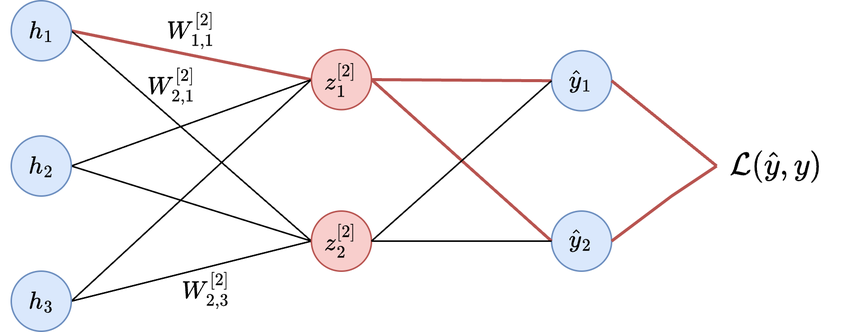
Before: docs/posts/mnist_nn/images/output_layer_highlighted.png, a diagram exported from draw.io (jordancoblin/jordancoblin.github.io). Source tidied: cells renumbered, new cells last; positions are measured from the earlier drawing's top-left corner, leaving out a move shared by most shapes. Source of this version:
```xml
<mxGraphModel math="1">
  <root>
    <mxCell id="0" />
    <mxCell id="1" parent="0" />
    <mxCell id="2" style="endArrow=none;html=1;rounded=0;exitX=1;exitY=0.5;exitDx=0;exitDy=0;entryX=0;entryY=0.5;entryDx=0;entryDy=0;startArrow=none;startFill=0;endFill=0;strokeWidth=2;fillColor=#f8cecc;strokeColor=#b85450;" parent="1" edge="1" source="8" target="10">
      <mxGeometry relative="1" as="geometry" />
    </mxCell>
    <mxCell id="3" style="endArrow=none;html=1;rounded=0;exitX=1;exitY=0.5;exitDx=0;exitDy=0;entryX=0;entryY=0.5;entryDx=0;entryDy=0;endFill=0;" parent="1" edge="1" source="8" target="14">
      <mxGeometry relative="1" as="geometry" />
    </mxCell>
    <mxCell id="4" style="endArrow=none;html=1;rounded=0;entryX=0;entryY=0.5;entryDx=0;entryDy=0;exitX=1;exitY=0.5;exitDx=0;exitDy=0;endFill=0;" parent="1" edge="1" source="12" target="14">
      <mxGeometry relative="1" as="geometry" />
    </mxCell>
    <mxCell id="5" style="endArrow=none;html=1;rounded=0;exitX=1;exitY=0.5;exitDx=0;exitDy=0;entryX=0;entryY=0.5;entryDx=0;entryDy=0;endFill=0;" parent="1" edge="1" source="12" target="10">
      <mxGeometry relative="1" as="geometry" />
    </mxCell>
    <mxCell id="6" style="endArrow=none;html=1;rounded=0;exitX=1;exitY=0.5;exitDx=0;exitDy=0;entryX=0;entryY=0.5;entryDx=0;entryDy=0;endFill=0;" parent="1" edge="1" source="16" target="10">
      <mxGeometry relative="1" as="geometry" />
    </mxCell>
    <mxCell id="7" style="endArrow=none;html=1;rounded=0;exitX=1;exitY=0.5;exitDx=0;exitDy=0;entryX=0;entryY=0.5;entryDx=0;entryDy=0;endFill=0;" parent="1" edge="1" source="16" target="14">
      <mxGeometry relative="1" as="geometry" />
    </mxCell>
    <mxCell id="8" style="ellipse;whiteSpace=wrap;html=1;fillColor=#dae8fc;strokeColor=#6c8ebf;" parent="1" vertex="1">
      <mxGeometry width="40" height="40" as="geometry" />
    </mxCell>
    <mxCell id="9" value="$$h_1$$" style="text;html=1;align=center;verticalAlign=middle;whiteSpace=wrap;rounded=0;fontStyle=0;fontSize=14;" parent="1" vertex="1">
      <mxGeometry x="5" y="8.8" width="30" height="22.5" as="geometry" />
    </mxCell>
    <mxCell id="10" style="ellipse;whiteSpace=wrap;html=1;fillColor=#f8cecc;strokeColor=#b85450;" parent="1" vertex="1">
      <mxGeometry x="200" y="32.5" width="40" height="40" as="geometry" />
    </mxCell>
    <mxCell id="11" value="$$z^{[2]}_1$$" style="text;html=1;align=center;verticalAlign=middle;whiteSpace=wrap;rounded=0;fontStyle=0;fontSize=14;" parent="1" vertex="1">
      <mxGeometry x="205" y="42.5" width="30" height="20" as="geometry" />
    </mxCell>
    <mxCell id="12" style="ellipse;whiteSpace=wrap;html=1;fillColor=#dae8fc;strokeColor=#6c8ebf;" parent="1" vertex="1">
      <mxGeometry y="90" width="40" height="40" as="geometry" />
    </mxCell>
    <mxCell id="13" value="$$h_2$$" style="text;html=1;align=center;verticalAlign=middle;whiteSpace=wrap;rounded=0;fontStyle=0;fontSize=14;" parent="1" vertex="1">
      <mxGeometry x="5" y="100" width="30" height="20" as="geometry" />
    </mxCell>
    <mxCell id="14" style="ellipse;whiteSpace=wrap;html=1;fillColor=#f8cecc;strokeColor=#b85450;" parent="1" vertex="1">
      <mxGeometry x="200" y="140" width="40" height="40" as="geometry" />
    </mxCell>
    <mxCell id="15" value="$$z^{[2]}_2$$" style="text;html=1;align=center;verticalAlign=middle;whiteSpace=wrap;rounded=0;fontStyle=0;fontSize=14;" parent="1" vertex="1">
      <mxGeometry x="205" y="147.5" width="30" height="25" as="geometry" />
    </mxCell>
    <mxCell id="16" style="ellipse;whiteSpace=wrap;html=1;fillColor=#dae8fc;strokeColor=#6c8ebf;" parent="1" vertex="1">
      <mxGeometry y="180" width="40" height="40" as="geometry" />
    </mxCell>
    <mxCell id="17" value="$$h_3$$" style="text;html=1;align=center;verticalAlign=middle;whiteSpace=wrap;rounded=0;fontStyle=0;fontSize=14;" parent="1" vertex="1">
      <mxGeometry x="5" y="187.5" width="30" height="25" as="geometry" />
    </mxCell>
    <mxCell id="18" style="group;" parent="1" vertex="1">
      <mxGeometry x="360" y="33.2" width="40" height="40" as="geometry" />
    </mxCell>
    <mxCell id="19" style="ellipse;whiteSpace=wrap;html=1;fillColor=#dae8fc;strokeColor=#6c8ebf;" parent="18" vertex="1">
      <mxGeometry width="40" height="40" as="geometry" />
    </mxCell>
    <mxCell id="20" value="$$\hat{y}_1$$" style="text;html=1;align=center;verticalAlign=middle;whiteSpace=wrap;rounded=0;fontStyle=0;fontSize=14;" parent="18" vertex="1">
      <mxGeometry x="5" y="8.8" width="30" height="22.5" as="geometry" />
    </mxCell>
    <mxCell id="21" style="group;" parent="1" vertex="1">
      <mxGeometry x="360" y="140" width="40" height="40" as="geometry" />
    </mxCell>
    <mxCell id="22" style="group;" parent="21" vertex="1">
      <mxGeometry width="40" height="40" as="geometry" />
    </mxCell>
    <mxCell id="23" style="ellipse;whiteSpace=wrap;html=1;fillColor=#dae8fc;strokeColor=#6c8ebf;" parent="22" vertex="1">
      <mxGeometry width="40" height="40" as="geometry" />
    </mxCell>
    <mxCell id="24" value="$$\hat{y}_2$$" style="text;html=1;align=center;verticalAlign=middle;whiteSpace=wrap;rounded=0;fontStyle=0;fontSize=14;" parent="21" vertex="1">
      <mxGeometry x="5" y="8.8" width="30" height="21.2" as="geometry" />
    </mxCell>
    <mxCell id="25" style="endArrow=none;html=1;rounded=0;exitX=1;exitY=0.5;exitDx=0;exitDy=0;entryX=0;entryY=0.5;entryDx=0;entryDy=0;fillColor=#f8cecc;strokeColor=#b85450;strokeWidth=2;" parent="1" edge="1" source="10" target="19">
      <mxGeometry relative="1" as="geometry" />
    </mxCell>
    <mxCell id="26" style="endArrow=none;html=1;rounded=0;exitX=1;exitY=0.5;exitDx=0;exitDy=0;entryX=0;entryY=0.5;entryDx=0;entryDy=0;fillColor=#f8cecc;strokeColor=#b85450;strokeWidth=2;" parent="1" edge="1" source="10" target="23">
      <mxGeometry relative="1" as="geometry" />
    </mxCell>
    <mxCell id="27" style="endArrow=none;html=1;rounded=0;exitX=1;exitY=0.5;exitDx=0;exitDy=0;entryX=0;entryY=0.5;entryDx=0;entryDy=0;" parent="1" edge="1" source="14" target="19">
      <mxGeometry relative="1" as="geometry" />
    </mxCell>
    <mxCell id="28" style="endArrow=none;html=1;rounded=0;exitX=1;exitY=0.5;exitDx=0;exitDy=0;entryX=0;entryY=0.5;entryDx=0;entryDy=0;" parent="1" edge="1" source="14" target="23">
      <mxGeometry relative="1" as="geometry" />
    </mxCell>
    <mxCell id="29" value="$$\mathcal{L}(\hat{y}, y)$$" style="text;html=1;align=center;verticalAlign=middle;whiteSpace=wrap;rounded=0;fontSize=18;" parent="1" vertex="1">
      <mxGeometry x="470" y="82.5" width="80" height="55" as="geometry" />
    </mxCell>
    <mxCell id="30" style="endArrow=none;html=1;rounded=0;exitX=1;exitY=0.5;exitDx=0;exitDy=0;entryX=0;entryY=0.5;entryDx=0;entryDy=0;fillColor=#f8cecc;strokeColor=#b85450;strokeWidth=2;" parent="1" edge="1" source="19" target="29">
      <mxGeometry relative="1" as="geometry" />
    </mxCell>
    <mxCell id="31" style="endArrow=none;html=1;rounded=0;exitX=1;exitY=0.5;exitDx=0;exitDy=0;entryX=0;entryY=0.5;entryDx=0;entryDy=0;strokeWidth=2;fillColor=#f8cecc;strokeColor=#b85450;" parent="1" edge="1" source="23" target="29">
      <mxGeometry relative="1" as="geometry">
        <Array as="points">
          <mxPoint x="440" y="130" />
        </Array>
      </mxGeometry>
    </mxCell>
    <mxCell id="32" value="$$W^{[2]}_{1,1}$$" style="text;html=1;align=center;verticalAlign=middle;whiteSpace=wrap;rounded=0;fontSize=14;" parent="1" vertex="1">
      <mxGeometry x="90" y="5" width="60" height="30" as="geometry" />
    </mxCell>
    <mxCell id="33" value="$$W^{[2]}_{2,1}$$" style="text;html=1;align=center;verticalAlign=middle;whiteSpace=wrap;rounded=0;fontSize=14;" parent="1" vertex="1">
      <mxGeometry x="77" y="42" width="60" height="30" as="geometry" />
    </mxCell>
    <mxCell id="34" value="$$W^{[2]}_{2,3}$$" style="text;html=1;align=center;verticalAlign=middle;whiteSpace=wrap;rounded=0;fontSize=14;" parent="1" vertex="1">
      <mxGeometry x="100" y="178" width="60" height="30" as="geometry" />
    </mxCell>
  </root>
</mxGraphModel>
```
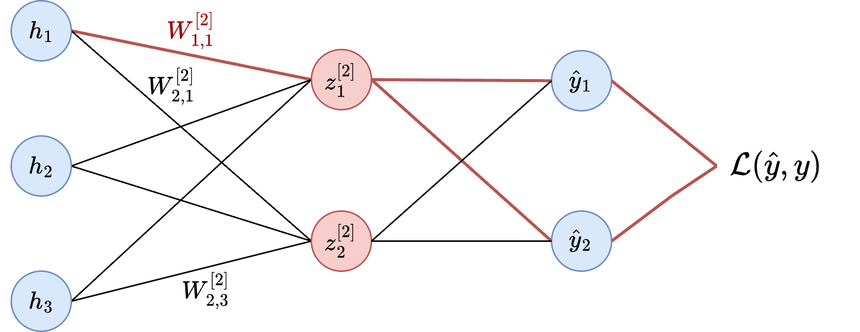
After the commit.

The edit, as a diff of the source:
```diff
@@ -96,7 +96,7 @@
         </Array>
       </mxGeometry>
     </mxCell>
-    <mxCell id="32" value="$$W^{[2]}_{1,1}$$" style="text;html=1;align=center;verticalAlign=middle;whiteSpace=wrap;rounded=0;fontSize=14;" parent="1" vertex="1">
+    <mxCell id="32" value="$$W^{[2]}_{1,1}$$" style="text;html=1;align=center;verticalAlign=middle;whiteSpace=wrap;rounded=0;fontSize=14;labelBorderColor=none;fontColor=#990000;" parent="1" vertex="1">
       <mxGeometry x="90" y="5" width="60" height="30" as="geometry" />
     </mxCell>
     <mxCell id="33" value="$$W^{[2]}_{2,1}$$" style="text;html=1;align=center;verticalAlign=middle;whiteSpace=wrap;rounded=0;fontSize=14;" parent="1" vertex="1">
```
